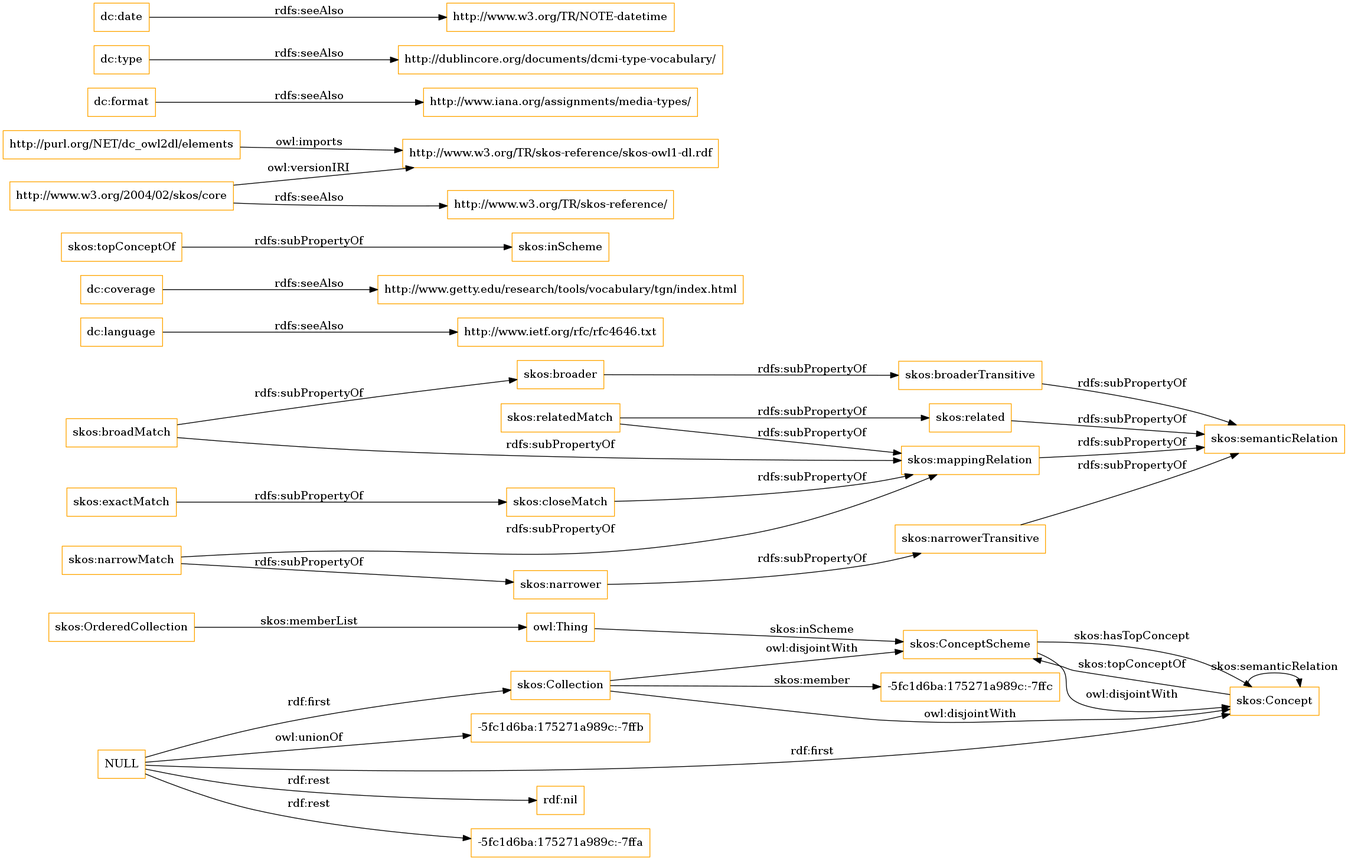
The Graphviz diagram OnToology/imports/elements.owl/diagrams/ar2dtool-class/elements.owl.png in OnToologyUser/core-ontology-1, before a commit. Its source is kept beside it as OnToology/imports/elements.owl/diagrams/ar2dtool-class/elements.owl.png.dot.
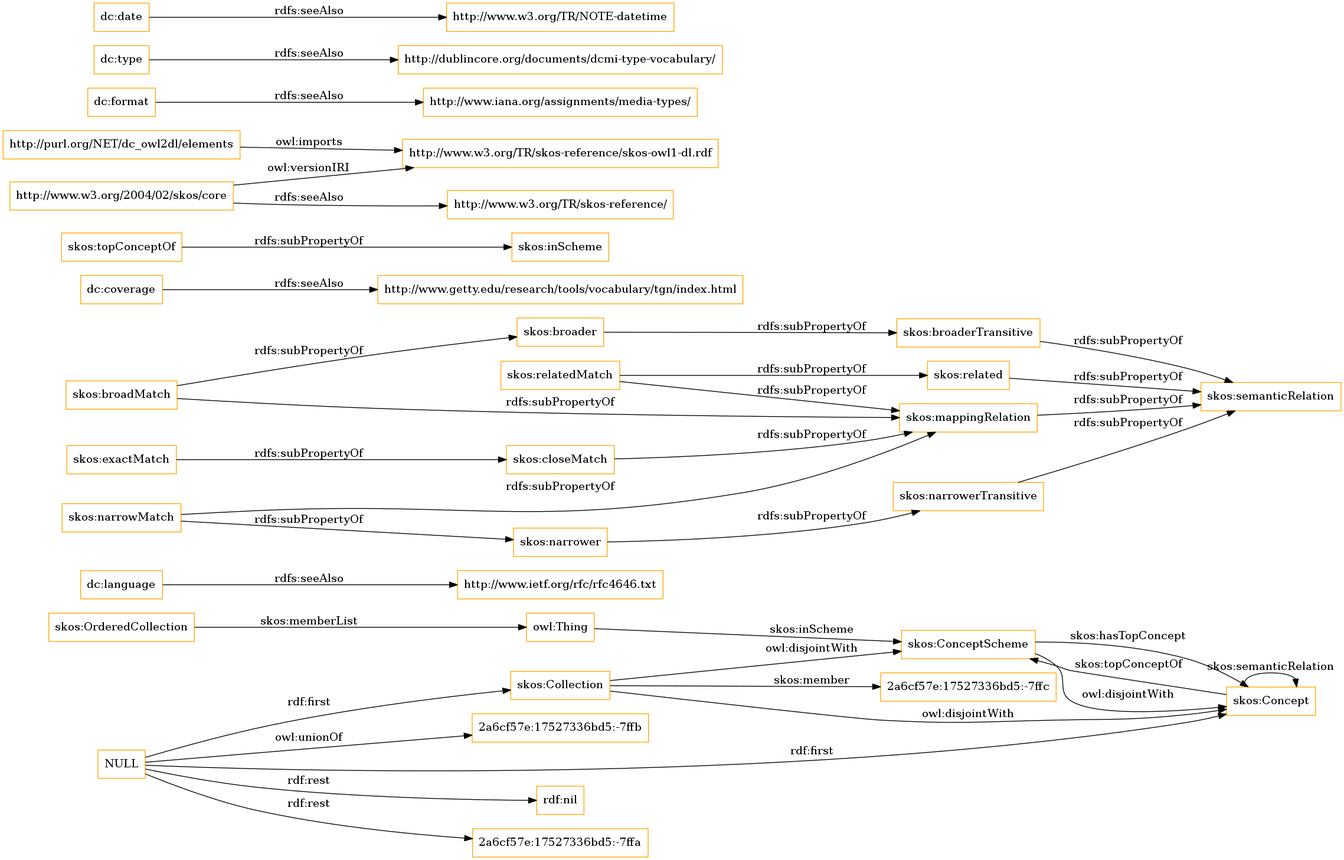
Later version of the same file.

Diff of the diagram source:
```diff
@@ -1,9 +1,13 @@
 digraph ar2dtool_diagram {
 rankdir=LR;
 size="1501"
-node [shape = rectangle, color="orange"]; "-5fc1d6ba:175271a989c:-7ffc" "skos:OrderedCollection" "skos:Collection" "skos:ConceptScheme" "skos:Concept" ; /*classes style*/
-	"skos:narrowerTransitive" -> "skos:semanticRelation" [ label = "rdfs:subPropertyOf" ];
+node [shape = rectangle, color="orange"]; "2a6cf57e:17527336bd5:-7ffc" "skos:OrderedCollection" "skos:Collection" "skos:ConceptScheme" "skos:Concept" ; /*classes style*/
 	"dc:language" -> "http://www.ietf.org/rfc/rfc4646.txt" [ label = "rdfs:seeAlso" ];
+	"NULL" -> "rdf:nil" [ label = "rdf:rest" ];
+	"NULL" -> "skos:Collection" [ label = "rdf:first" ];
+	"NULL" -> "2a6cf57e:17527336bd5:-7ffa" [ label = "rdf:rest" ];
+	"NULL" -> "skos:Concept" [ label = "rdf:first" ];
+	"NULL" -> "2a6cf57e:17527336bd5:-7ffb" [ label = "owl:unionOf" ];
 	"skos:closeMatch" -> "skos:mappingRelation" [ label = "rdfs:subPropertyOf" ];
 	"dc:coverage" -> "http://www.getty.edu/research/tools/vocabulary/tgn/index.html" [ label = "rdfs:seeAlso" ];
 	"skos:relatedMatch" -> "skos:related" [ label = "rdfs:subPropertyOf" ];
@@ -28,15 +32,11 @@
 	"skos:narrowMatch" -> "skos:mappingRelation" [ label = "rdfs:subPropertyOf" ];
 	"skos:narrower" -> "skos:narrowerTransitive" [ label = "rdfs:subPropertyOf" ];
 	"dc:date" -> "http://www.w3.org/TR/NOTE-datetime" [ label = "rdfs:seeAlso" ];
-	"NULL" -> "rdf:nil" [ label = "rdf:rest" ];
-	"NULL" -> "skos:Collection" [ label = "rdf:first" ];
-	"NULL" -> "-5fc1d6ba:175271a989c:-7ffa" [ label = "rdf:rest" ];
-	"NULL" -> "skos:Concept" [ label = "rdf:first" ];
-	"NULL" -> "-5fc1d6ba:175271a989c:-7ffb" [ label = "owl:unionOf" ];
+	"skos:narrowerTransitive" -> "skos:semanticRelation" [ label = "rdfs:subPropertyOf" ];
 	"skos:OrderedCollection" -> "owl:Thing" [ label = "skos:memberList" ];
 	"skos:Concept" -> "skos:ConceptScheme" [ label = "skos:topConceptOf" ];
 	"skos:Concept" -> "skos:Concept" [ label = "skos:semanticRelation" ];
-	"skos:Collection" -> "-5fc1d6ba:175271a989c:-7ffc" [ label = "skos:member" ];
+	"skos:Collection" -> "2a6cf57e:17527336bd5:-7ffc" [ label = "skos:member" ];
 	"skos:ConceptScheme" -> "skos:Concept" [ label = "skos:hasTopConcept" ];
 	"owl:Thing" -> "skos:ConceptScheme" [ label = "skos:inScheme" ];
 
```
